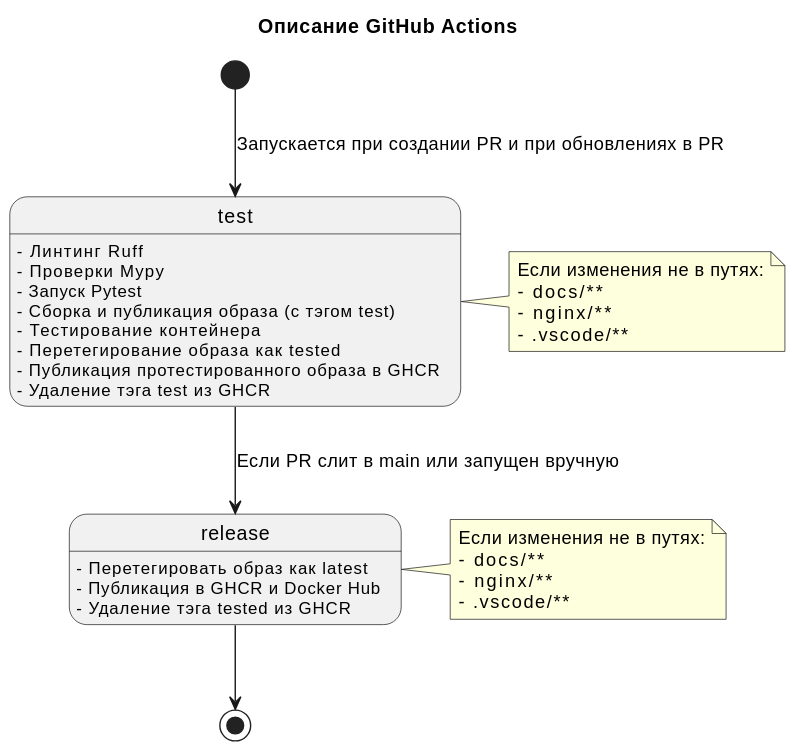
Earlier version of the PlantUML export docs/diagrams/out/actions/actions.svg (mikhpo/personal-website).
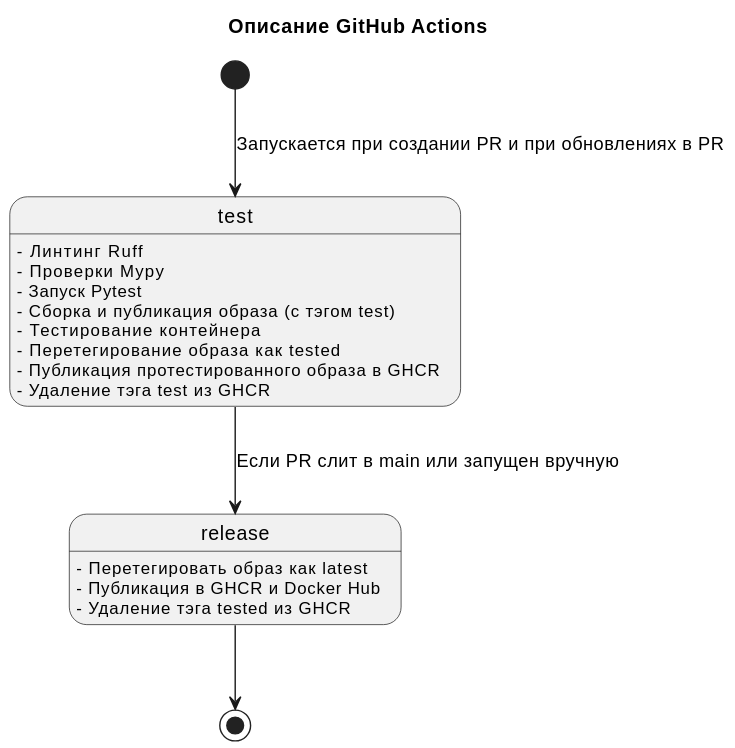
Later version of the same file.

The edit, as a diff of the source:
```diff
@@ -19,18 +19,4 @@
 release : - Удаление тэга tested из GHCR
 
 release --> [*]
-
-note right of test
-  Если изменения не в путях:
-  - docs/**
-  - nginx/**
-  - .vscode/**
-end note
-
-note right of release
-  Если изменения не в путях:
-  - docs/**
-  - nginx/**
-  - .vscode/**
-end note
 @enduml
```
